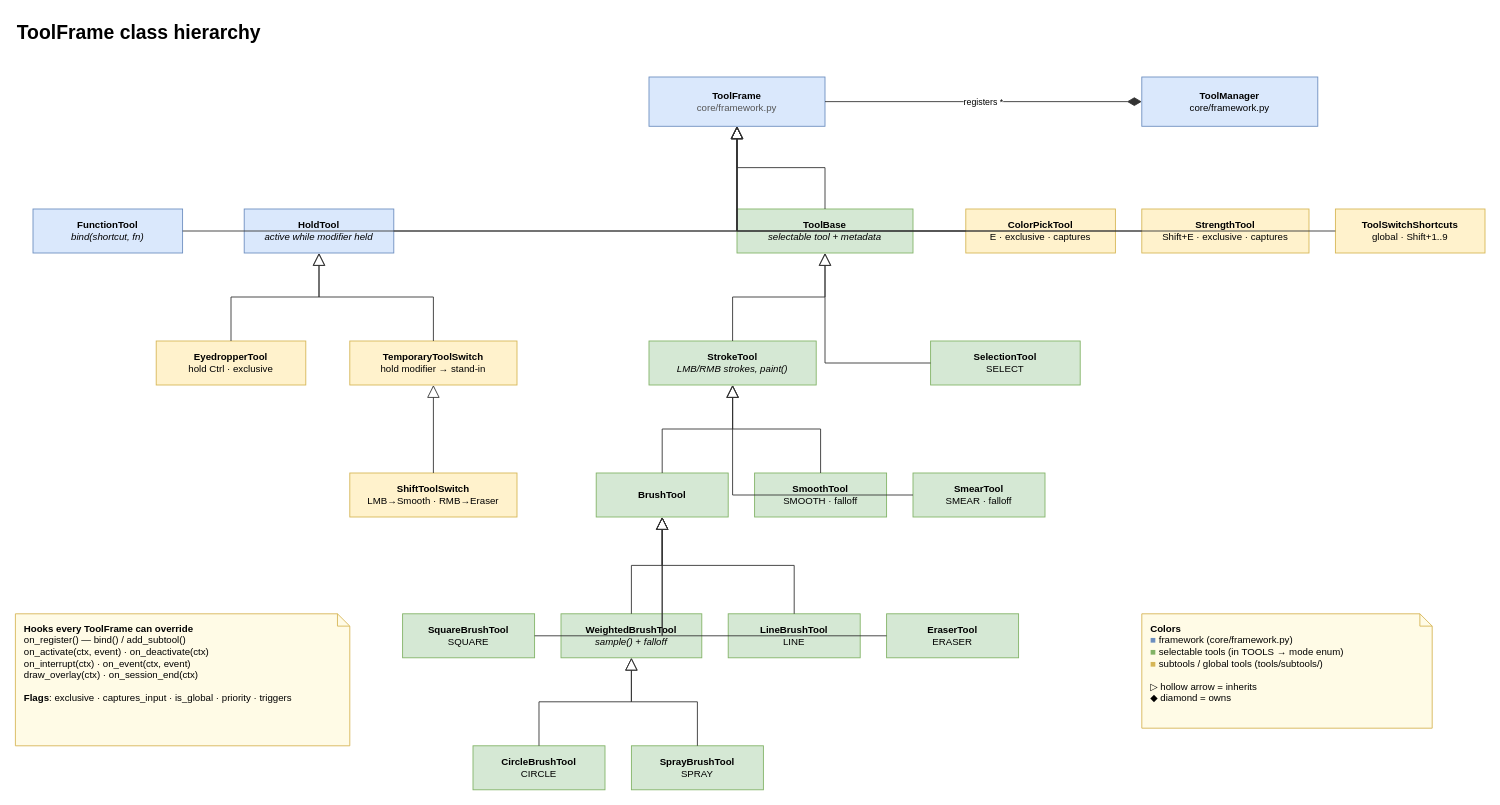
The draw.io diagram page "Class Hierarchy" (2 of 4) of Architecture.drawio in AnimefanPostUP/APU_PixelPainter, before the edit. Source tidied: cells renumbered, new cells numbered last; positions are measured from the earlier drawing's top-left corner, leaving out a move shared by most shapes. Both pictures are drawn from the tidied source at 88%, with x=0, y=0 at pixel (15, 15).
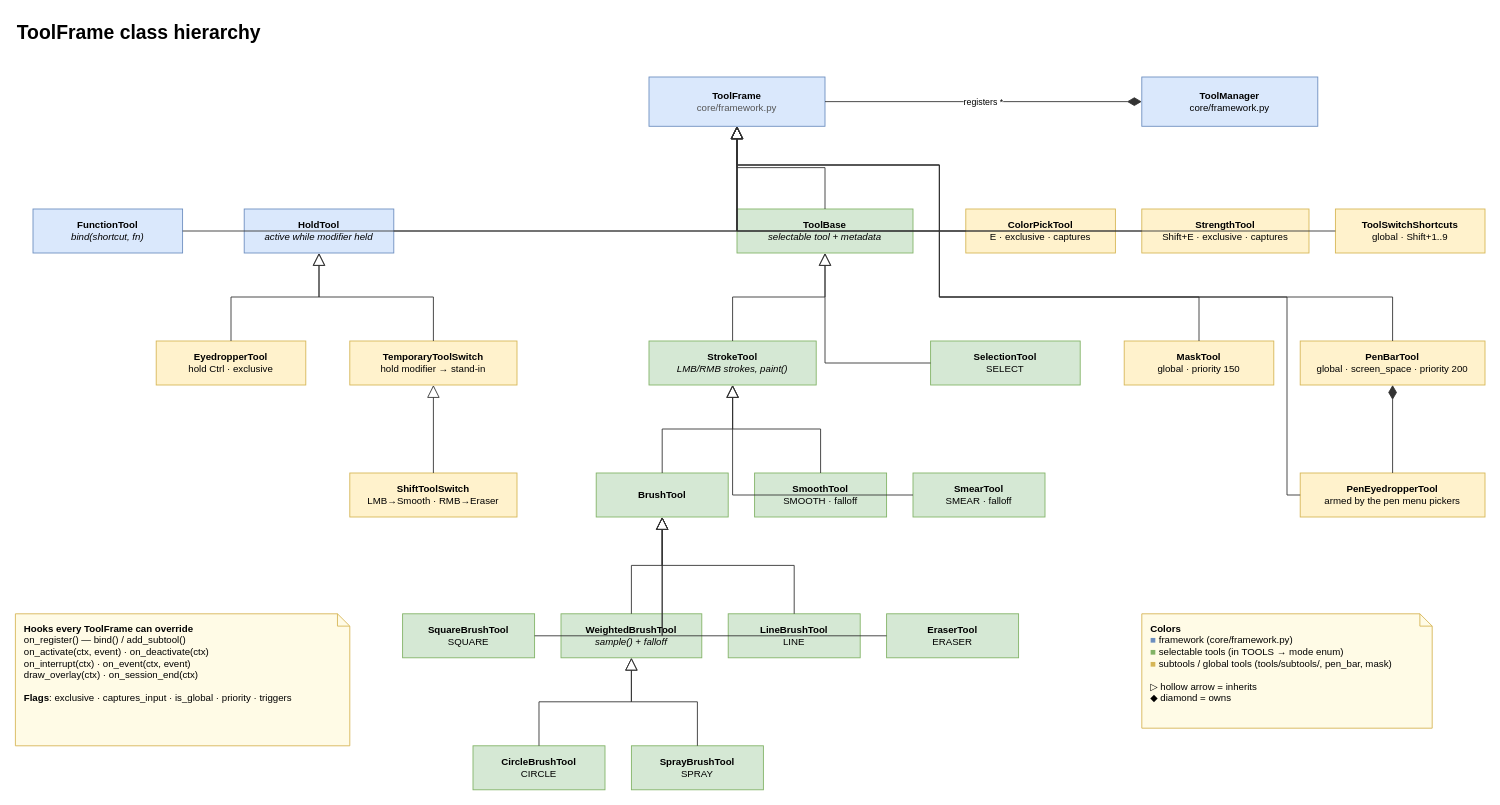
Above is the later version.

Unchanged cells that the change refers to:
```xml
<mxCell id="3" value="&lt;b&gt;ToolFrame&lt;/b&gt;&lt;br&gt;&lt;font color=&quot;#555555&quot;&gt;core/framework.py&lt;/font&gt;" style="rounded=0;whiteSpace=wrap;html=1;fillColor=#dae8fc;strokeColor=#6c8ebf;align=center;verticalAlign=middle;fontSize=11;" parent="1" vertex="1">
  <mxGeometry x="720" y="70" width="200" height="56" as="geometry" />
</mxCell>
```

Diff of the diagram source:
```diff
@@
-    <mxCell id="46" value="&lt;b&gt;Colors&lt;/b&gt;&lt;br&gt;&lt;font color=&quot;#6c8ebf&quot;&gt;■&lt;/font&gt; framework (core/framework.py)&lt;br&gt;&lt;font color=&quot;#82b366&quot;&gt;■&lt;/font&gt; selectable tools (in TOOLS → mode enum)&lt;br&gt;&lt;font color=&quot;#d6b656&quot;&gt;■&lt;/font&gt; subtools / global tools (tools/subtools/)&lt;br&gt;&lt;br&gt;▷ hollow arrow = inherits&lt;br&gt;◆ diamond = owns" style="shape=note;whiteSpace=wrap;html=1;size=14;fillColor=#fffbe6;strokeColor=#d6b656;align=left;verticalAlign=top;spacingLeft=8;spacingTop=4;fontSize=11;" parent="1" vertex="1">
+    <mxCell id="46" value="&lt;b&gt;Colors&lt;/b&gt;&lt;br&gt;&lt;font color=&quot;#6c8ebf&quot;&gt;■&lt;/font&gt; framework (core/framework.py)&lt;br&gt;&lt;font color=&quot;#82b366&quot;&gt;■&lt;/font&gt; selectable tools (in TOOLS → mode enum)&lt;br&gt;&lt;font color=&quot;#d6b656&quot;&gt;■&lt;/font&gt; subtools / global tools (tools/subtools/, pen_bar, mask)&lt;br&gt;&lt;br&gt;▷ hollow arrow = inherits&lt;br&gt;◆ diamond = owns" style="shape=note;whiteSpace=wrap;html=1;size=14;fillColor=#fffbe6;strokeColor=#d6b656;align=left;verticalAlign=top;spacingLeft=8;spacingTop=4;fontSize=11;" parent="1" vertex="1">
       <mxGeometry x="1280" y="680" width="330" height="130" as="geometry" />
     </mxCell>
@@
+    <mxCell id="48" value="&lt;b&gt;MaskTool&lt;/b&gt;&lt;br&gt;global · priority 150" style="rounded=0;whiteSpace=wrap;html=1;fillColor=#fff2cc;strokeColor=#d6b656;align=center;verticalAlign=middle;fontSize=11;" parent="1" vertex="1">
+      <mxGeometry x="1260" y="370" width="170" height="50" as="geometry" />
+    </mxCell>
+    <mxCell id="49" value="&lt;b&gt;PenBarTool&lt;/b&gt;&lt;br&gt;global · screen_space · priority 200" style="rounded=0;whiteSpace=wrap;html=1;fillColor=#fff2cc;strokeColor=#d6b656;align=center;verticalAlign=middle;fontSize=11;" parent="1" vertex="1">
+      <mxGeometry x="1460" y="370" width="210" height="50" as="geometry" />
+    </mxCell>
+    <mxCell id="50" value="&lt;b&gt;PenEyedropperTool&lt;/b&gt;&lt;br&gt;armed by the pen menu pickers" style="rounded=0;whiteSpace=wrap;html=1;fillColor=#fff2cc;strokeColor=#d6b656;align=center;verticalAlign=middle;fontSize=11;" parent="1" vertex="1">
+      <mxGeometry x="1460" y="520" width="210" height="50" as="geometry" />
+    </mxCell>
+    <mxCell id="51" style="endArrow=block;endFill=0;endSize=12;html=1;edgeStyle=orthogonalEdgeStyle;rounded=0;strokeColor=#333333;" parent="1" edge="1" source="48" target="3">
+      <mxGeometry relative="1" as="geometry">
+        <Array as="points">
+          <mxPoint x="1345" y="320" />
+          <mxPoint x="1050" y="320" />
+          <mxPoint x="1050" y="170" />
+        </Array>
+      </mxGeometry>
+    </mxCell>
+    <mxCell id="52" style="endArrow=block;endFill=0;endSize=12;html=1;edgeStyle=orthogonalEdgeStyle;rounded=0;strokeColor=#333333;" parent="1" edge="1" source="49" target="3">
+      <mxGeometry relative="1" as="geometry">
+        <Array as="points">
+          <mxPoint x="1565" y="320" />
+          <mxPoint x="1050" y="320" />
+          <mxPoint x="1050" y="170" />
+        </Array>
+      </mxGeometry>
+    </mxCell>
+    <mxCell id="53" style="endArrow=block;endFill=0;endSize=12;html=1;edgeStyle=orthogonalEdgeStyle;rounded=0;strokeColor=#333333;" parent="1" edge="1" source="50" target="3">
+      <mxGeometry relative="1" as="geometry">
+        <Array as="points">
+          <mxPoint x="1445" y="545" />
+          <mxPoint x="1445" y="320" />
+          <mxPoint x="1050" y="320" />
+          <mxPoint x="1050" y="170" />
+        </Array>
+      </mxGeometry>
+    </mxCell>
+    <mxCell id="54" style="startArrow=diamondThin;startFill=1;startSize=14;endArrow=none;html=1;edgeStyle=orthogonalEdgeStyle;rounded=0;strokeColor=#333333;" parent="1" edge="1" source="49" target="50">
+      <mxGeometry relative="1" as="geometry" />
+    </mxCell>
```
